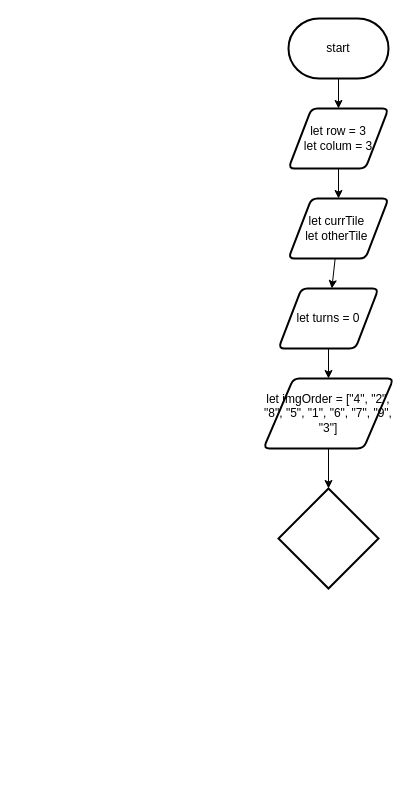
Above: flowchart.drawio in Chloe-Havel/ICS2O-Final-Project-Chloe (draw.io), before the change. Source tidied: cells renumbered, new cells numbered last; positions are measured from the earlier drawing's top-left corner, leaving out a move shared by most shapes. Both pictures are drawn from the tidied source at 100%, with x=0, y=0 at pixel (263, 18).
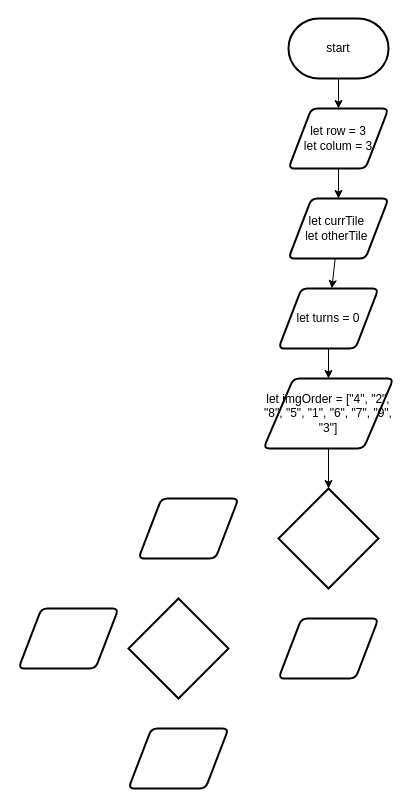
The same page after the edit.

What changed in the source:
```diff
@@
 <mxGraphModel>
   <root>
     <mxCell id="0" />
     <mxCell id="1" parent="0" />
     <mxCell id="2" style="edgeStyle=none;html=1;entryX=0.5;entryY=0;entryDx=0;entryDy=0;" parent="1" edge="1" source="3" target="5">
       <mxGeometry relative="1" as="geometry" />
     </mxCell>
     <mxCell id="3" value="start" style="strokeWidth=2;html=1;shape=mxgraph.flowchart.terminator;whiteSpace=wrap;" parent="1" vertex="1">
       <mxGeometry x="25" width="100" height="60" as="geometry" />
     </mxCell>
     <mxCell id="4" style="edgeStyle=none;html=1;" parent="1" edge="1" source="5" target="7">
       <mxGeometry relative="1" as="geometry" />
     </mxCell>
     <mxCell id="5" value="let row = 3&lt;br&gt;let colum = 3" style="shape=parallelogram;html=1;strokeWidth=2;perimeter=parallelogramPerimeter;whiteSpace=wrap;rounded=1;arcSize=12;size=0.23;" parent="1" vertex="1">
       <mxGeometry x="25" y="90" width="100" height="60" as="geometry" />
     </mxCell>
     <mxCell id="6" style="edgeStyle=none;html=1;" parent="1" edge="1" source="7" target="9">
       <mxGeometry relative="1" as="geometry" />
     </mxCell>
     <mxCell id="7" value="let currTile&amp;nbsp;&lt;br&gt;let otherTile&amp;nbsp;" style="shape=parallelogram;html=1;strokeWidth=2;perimeter=parallelogramPerimeter;whiteSpace=wrap;rounded=1;arcSize=12;size=0.23;" parent="1" vertex="1">
       <mxGeometry x="25" y="180" width="100" height="60" as="geometry" />
     </mxCell>
     <mxCell id="8" style="edgeStyle=none;html=1;" parent="1" edge="1" source="9" target="11">
       <mxGeometry relative="1" as="geometry" />
     </mxCell>
     <mxCell id="9" value="let turns = 0" style="shape=parallelogram;html=1;strokeWidth=2;perimeter=parallelogramPerimeter;whiteSpace=wrap;rounded=1;arcSize=12;size=0.23;" parent="1" vertex="1">
       <mxGeometry x="15" y="270" width="100" height="60" as="geometry" />
     </mxCell>
     <mxCell id="10" style="edgeStyle=none;html=1;entryX=0.5;entryY=0;entryDx=0;entryDy=0;entryPerimeter=0;" parent="1" edge="1" source="11" target="12">
       <mxGeometry relative="1" as="geometry" />
     </mxCell>
     <mxCell id="11" value="let imgOrder = [&quot;4&quot;, &quot;2&quot;, &quot;8&quot;, &quot;5&quot;, &quot;1&quot;, &quot;6&quot;, &quot;7&quot;, &quot;9&quot;, &quot;3&quot;]" style="shape=parallelogram;html=1;strokeWidth=2;perimeter=parallelogramPerimeter;whiteSpace=wrap;rounded=1;arcSize=12;size=0.23;" parent="1" vertex="1">
       <mxGeometry y="360" width="130" height="70" as="geometry" />
     </mxCell>
     <mxCell id="12" style="strokeWidth=2;html=1;shape=mxgraph.flowchart.decision;whiteSpace=wrap;" parent="1" vertex="1">
       <mxGeometry x="15" y="470" width="100" height="100" as="geometry" />
     </mxCell>
+    <mxCell id="13" style="shape=parallelogram;html=1;strokeWidth=2;perimeter=parallelogramPerimeter;whiteSpace=wrap;rounded=1;arcSize=12;size=0.23;" parent="1" vertex="1">
+      <mxGeometry x="15" y="600" width="100" height="60" as="geometry" />
+    </mxCell>
+    <mxCell id="14" style="shape=parallelogram;html=1;strokeWidth=2;perimeter=parallelogramPerimeter;whiteSpace=wrap;rounded=1;arcSize=12;size=0.23;" parent="1" vertex="1">
+      <mxGeometry x="-125" y="480" width="100" height="60" as="geometry" />
+    </mxCell>
+    <mxCell id="15" style="strokeWidth=2;html=1;shape=mxgraph.flowchart.decision;whiteSpace=wrap;" parent="1" vertex="1">
+      <mxGeometry x="-135" y="580" width="100" height="100" as="geometry" />
+    </mxCell>
+    <mxCell id="16" style="shape=parallelogram;html=1;strokeWidth=2;perimeter=parallelogramPerimeter;whiteSpace=wrap;rounded=1;arcSize=12;size=0.23;" parent="1" vertex="1">
+      <mxGeometry x="-135" y="710" width="100" height="60" as="geometry" />
+    </mxCell>
+    <mxCell id="17" style="shape=parallelogram;html=1;strokeWidth=2;perimeter=parallelogramPerimeter;whiteSpace=wrap;rounded=1;arcSize=12;size=0.23;" parent="1" vertex="1">
+      <mxGeometry x="-245" y="590" width="100" height="60" as="geometry" />
+    </mxCell>
   </root>
 </mxGraphModel>
```
